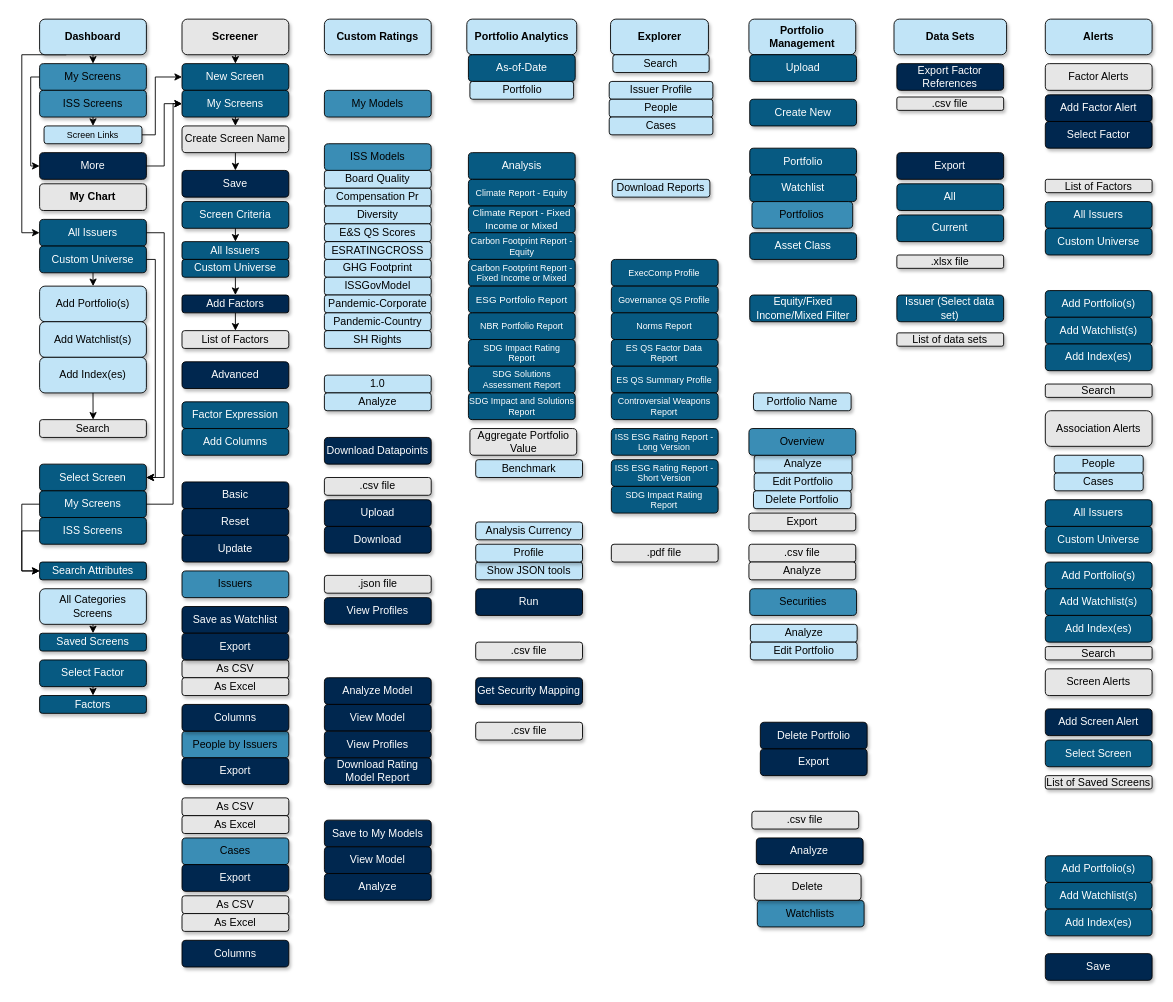
The draw.io diagram DD_ObsoleteMetadata/DataDeskSitemap.drawio in slingshotdancu/slingshotdancu.github.io, before the edit. Source tidied: cells renumbered, new cells numbered last; positions are measured from the earlier drawing's top-left corner, leaving out a move shared by most shapes. Both pictures are drawn from the tidied source at 89%, with x=0, y=0 at pixel (21, 19).
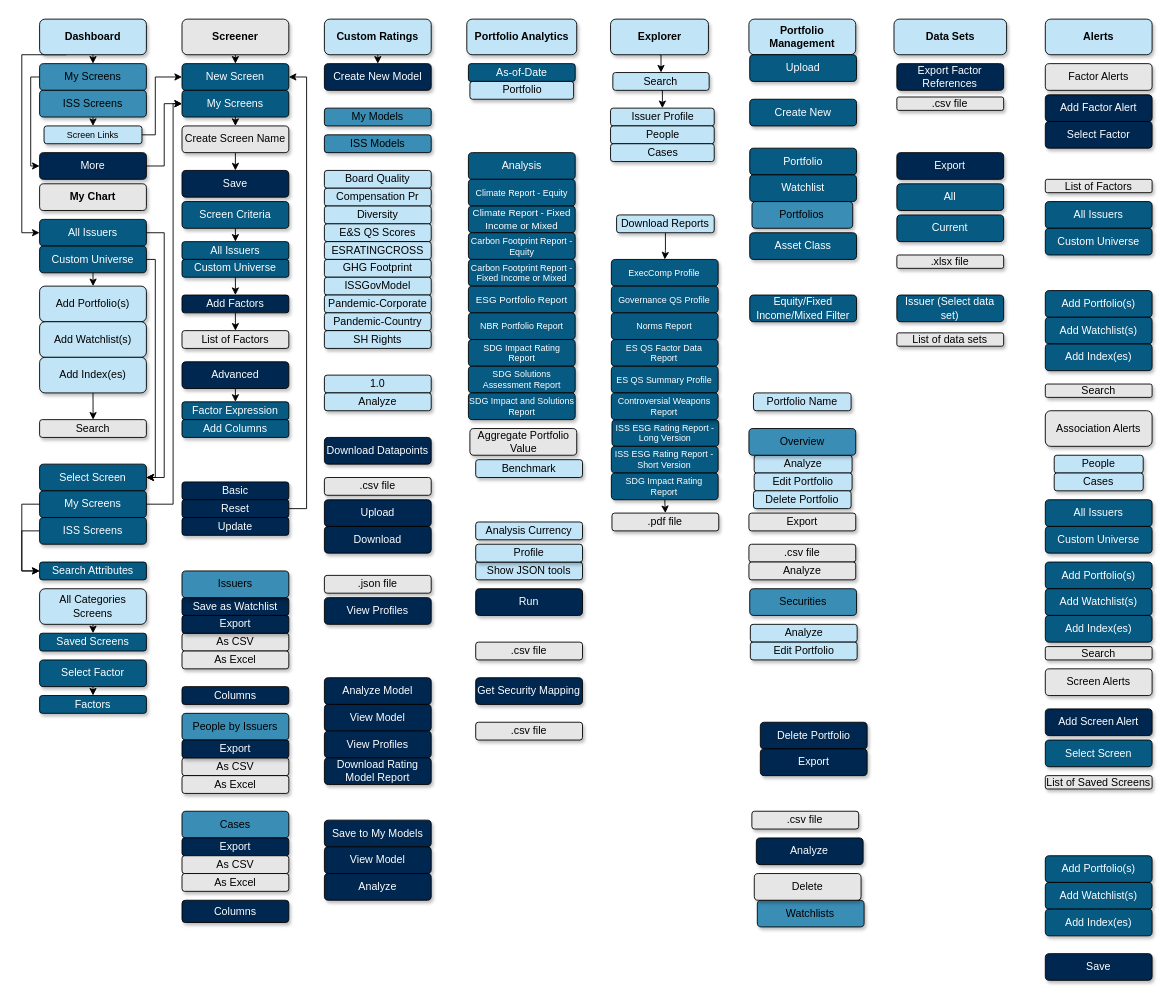
The same page after the edit.

The change refers to these unchanged cells:
```xml
<mxCell id="72" style="group;fontSize=10;" parent="1" vertex="1">
  <mxGeometry x="660" width="122.4" height="610" as="geometry" />
</mxCell>
<mxCell id="73" value="Explorer" style="rounded=1;whiteSpace=wrap;html=1;fillColor=#c1e4f7;shadow=1;fontStyle=1;" parent="72" vertex="1">
  <mxGeometry x="1.5" width="110" height="40" as="geometry" />
</mxCell>
<mxCell id="81" value="ExecComp Profile" style="rounded=1;whiteSpace=wrap;html=1;shadow=1;fillColor=#075a82;fontColor=#FFFFFF;fontSize=10;" parent="72" vertex="1">
  <mxGeometry x="2.4" y="270" width="120" height="30" as="geometry" />
</mxCell>
<mxCell id="89" style="group;" parent="1" vertex="1">
  <mxGeometry x="500" width="123.5" height="450" as="geometry" />
</mxCell>
<mxCell id="103" style="group;" parent="1" vertex="1">
  <mxGeometry x="340" width="120" height="990" as="geometry" />
</mxCell>
<mxCell id="105" value="Custom Ratings" style="rounded=1;whiteSpace=wrap;html=1;fillColor=#c1e4f7;shadow=1;fontStyle=1;" parent="103" vertex="1">
  <mxGeometry width="120" height="40" as="geometry" />
</mxCell>
<mxCell id="132" style="group;" parent="1" vertex="1">
  <mxGeometry x="180" width="120" height="1065" as="geometry" />
</mxCell>
<mxCell id="149" value="New Screen" style="rounded=1;whiteSpace=wrap;html=1;shadow=1;fillColor=#075a82;fontColor=#FFFFFF;" parent="132" vertex="1">
  <mxGeometry y="50" width="120" height="30" as="geometry" />
</mxCell>
<mxCell id="156" value="Advanced" style="rounded=1;whiteSpace=wrap;html=1;shadow=1;fillColor=#00274f;fontColor=#FFFFFF;" parent="132" vertex="1">
  <mxGeometry y="385" width="120" height="30" as="geometry" />
</mxCell>
```

The edit, as a diff of the source:
```diff
@@
+    <mxCell id="210" style="edgeStyle=orthogonalEdgeStyle;rounded=0;jettySize=auto;html=1;exitX=0.5;exitY=1;exitDx=0;exitDy=0;entryX=0.5;entryY=0;entryDx=0;entryDy=0;fontSize=10;fontColor=#FFFFFF;" parent="72" edge="1" source="73" target="74">
+      <mxGeometry relative="1" as="geometry" />
+    </mxCell>
@@
+    <mxCell id="211" style="edgeStyle=orthogonalEdgeStyle;rounded=0;jettySize=auto;html=1;exitX=0.5;exitY=1;exitDx=0;exitDy=0;entryX=0.5;entryY=0;entryDx=0;entryDy=0;fontSize=10;fontColor=#FFFFFF;" parent="72" edge="1" source="74" target="76">
+      <mxGeometry relative="1" as="geometry" />
+    </mxCell>
     <mxCell id="74" value="Search&lt;br&gt;" style="rounded=1;whiteSpace=wrap;html=1;fillColor=#c1e4f7;shadow=1;" parent="72" vertex="1">
-      <mxGeometry x="4.1" y="40" width="108.2" height="20" as="geometry" />
+      <mxGeometry x="4.1" y="60" width="108.2" height="20" as="geometry" />
     </mxCell>
+    <mxCell id="212" style="edgeStyle=orthogonalEdgeStyle;rounded=0;jettySize=auto;html=1;exitX=0.5;exitY=1;exitDx=0;exitDy=0;fontSize=10;fontColor=#FFFFFF;" parent="72" edge="1" source="75" target="81">
+      <mxGeometry relative="1" as="geometry" />
+    </mxCell>
     <mxCell id="75" value="Download Reports" style="rounded=1;whiteSpace=wrap;html=1;fillColor=#c1e4f7;shadow=1;" parent="72" vertex="1">
-      <mxGeometry x="3.4" y="180" width="109.7" height="20" as="geometry" />
+      <mxGeometry x="8.3" y="220" width="109.7" height="20" as="geometry" />
     </mxCell>
     <mxCell id="76" value="Issuer Profile" style="rounded=1;whiteSpace=wrap;html=1;fillColor=#c1e4f7;shadow=1;" parent="72" vertex="1">
-      <mxGeometry y="70" width="116.5" height="20" as="geometry" />
+      <mxGeometry x="1.5" y="100" width="116.5" height="20" as="geometry" />
     </mxCell>
     <mxCell id="77" value="People" style="rounded=1;whiteSpace=wrap;html=1;fillColor=#c1e4f7;shadow=1;" parent="72" vertex="1">
-      <mxGeometry y="90" width="116.5" height="20" as="geometry" />
+      <mxGeometry x="1.5" y="120" width="116.5" height="20" as="geometry" />
     </mxCell>
     <mxCell id="78" value="Cases" style="rounded=1;whiteSpace=wrap;html=1;fillColor=#c1e4f7;shadow=1;" parent="72" vertex="1">
-      <mxGeometry y="110" width="116.5" height="20" as="geometry" />
+      <mxGeometry x="1.5" y="140" width="116.5" height="20" as="geometry" />
     </mxCell>
     <mxCell id="79" value="ISS ESG Rating Report - Long Version" style="rounded=1;whiteSpace=wrap;html=1;shadow=1;fillColor=#075a82;fontColor=#FFFFFF;fontSize=10;" parent="72" vertex="1">
-      <mxGeometry x="2.4" y="460" width="120" height="30" as="geometry" />
+      <mxGeometry x="3.1" y="450" width="120" height="30" as="geometry" />
     </mxCell>
     <mxCell id="80" value="ISS ESG Rating Report - Short Version" style="rounded=1;whiteSpace=wrap;html=1;shadow=1;fillColor=#075a82;fontColor=#FFFFFF;fontSize=10;" parent="72" vertex="1">
-      <mxGeometry x="2.4" y="495" width="120" height="30" as="geometry" />
+      <mxGeometry x="2.4" y="480" width="120" height="30" as="geometry" />
     </mxCell>
@@
     <mxCell id="82" value=".pdf file" style="rounded=1;whiteSpace=wrap;html=1;shadow=1;fillColor=#E6E6E6;" parent="72" vertex="1">
-      <mxGeometry x="2.4" y="590" width="120" height="20" as="geometry" />
+      <mxGeometry x="3.1" y="555" width="120" height="20" as="geometry" />
     </mxCell>
@@
+    <mxCell id="213" style="edgeStyle=orthogonalEdgeStyle;rounded=0;jettySize=auto;html=1;exitX=0.5;exitY=1;exitDx=0;exitDy=0;entryX=0.5;entryY=0;entryDx=0;entryDy=0;fontSize=10;fontColor=#FFFFFF;" parent="72" edge="1" source="88" target="82">
+      <mxGeometry relative="1" as="geometry" />
+    </mxCell>
     <mxCell id="88" value="SDG Impact Rating Report" style="rounded=1;whiteSpace=wrap;html=1;shadow=1;fillColor=#075a82;fontColor=#FFFFFF;fontSize=10;" parent="72" vertex="1">
-      <mxGeometry x="2.4" y="525" width="120" height="30" as="geometry" />
+      <mxGeometry x="2.4" y="510" width="120" height="30" as="geometry" />
     </mxCell>
@@
     <mxCell id="92" value="As-of-Date" style="rounded=1;whiteSpace=wrap;html=1;shadow=1;fillColor=#075a82;fontColor=#FFFFFF;" parent="89" vertex="1">
-      <mxGeometry x="1.8" y="40" width="120" height="30" as="geometry" />
+      <mxGeometry x="1.8" y="50" width="120" height="20" as="geometry" />
     </mxCell>
@@
     <mxCell id="104" value="ISS Models" style="rounded=1;whiteSpace=wrap;html=1;shadow=1;fillColor=#3a8db5;" parent="103" vertex="1">
-      <mxGeometry y="140" width="120" height="30" as="geometry" />
+      <mxGeometry y="130" width="120" height="20" as="geometry" />
     </mxCell>
+    <mxCell id="214" style="edgeStyle=orthogonalEdgeStyle;rounded=0;jettySize=auto;html=1;exitX=0.5;exitY=1;exitDx=0;exitDy=0;entryX=0.5;entryY=0;entryDx=0;entryDy=0;fontSize=10;fontColor=#FFFFFF;" parent="103" edge="1" source="105" target="215">
+      <mxGeometry relative="1" as="geometry" />
+    </mxCell>
@@
     <mxCell id="118" value="My Models" style="rounded=1;whiteSpace=wrap;html=1;shadow=1;fillColor=#3a8db5;" parent="103" vertex="1">
-      <mxGeometry y="80" width="120" height="30" as="geometry" />
+      <mxGeometry y="100" width="120" height="20" as="geometry" />
     </mxCell>
@@
+    <mxCell id="215" value="Create New Model" style="rounded=1;whiteSpace=wrap;html=1;shadow=1;fillColor=#00274f;fontColor=#FFFFFF;" parent="103" vertex="1">
+      <mxGeometry y="50" width="120" height="30" as="geometry" />
+    </mxCell>
@@
     <mxCell id="135" value="Cases" style="rounded=1;whiteSpace=wrap;html=1;shadow=1;fillColor=#3a8db5;" parent="132" vertex="1">
-      <mxGeometry y="920" width="120" height="30" as="geometry" />
+      <mxGeometry y="890" width="120" height="30" as="geometry" />
     </mxCell>
     <mxCell id="136" value="People by Issuers" style="rounded=1;whiteSpace=wrap;html=1;shadow=1;fillColor=#3a8db5;" parent="132" vertex="1">
-      <mxGeometry y="800" width="120" height="30" as="geometry" />
+      <mxGeometry y="780" width="120" height="30" as="geometry" />
     </mxCell>
     <mxCell id="137" value="Save as Watchlist" style="rounded=1;whiteSpace=wrap;html=1;shadow=1;fillColor=#00274f;fontColor=#FFFFFF;" parent="132" vertex="1">
-      <mxGeometry y="660" width="120" height="30" as="geometry" />
+      <mxGeometry y="650" width="120" height="20" as="geometry" />
     </mxCell>
     <mxCell id="138" value="Columns" style="rounded=1;whiteSpace=wrap;html=1;shadow=1;fillColor=#00274f;fontColor=#FFFFFF;" parent="132" vertex="1">
-      <mxGeometry y="770" width="120" height="30" as="geometry" />
+      <mxGeometry y="750" width="120" height="20" as="geometry" />
     </mxCell>
     <mxCell id="139" value="Columns" style="rounded=1;whiteSpace=wrap;html=1;shadow=1;fillColor=#00274f;fontColor=#FFFFFF;" parent="132" vertex="1">
-      <mxGeometry y="1035" width="120" height="30" as="geometry" />
+      <mxGeometry y="990" width="120" height="25" as="geometry" />
     </mxCell>
     <mxCell id="140" value="Export" style="rounded=1;whiteSpace=wrap;html=1;shadow=1;fillColor=#00274f;fontColor=#FFFFFF;" parent="132" vertex="1">
-      <mxGeometry y="950" width="120" height="30" as="geometry" />
+      <mxGeometry y="920" width="120" height="20" as="geometry" />
     </mxCell>
     <mxCell id="141" value="Basic" style="rounded=1;whiteSpace=wrap;html=1;shadow=1;fillColor=#00274f;fontColor=#FFFFFF;" parent="132" vertex="1">
-      <mxGeometry y="520" width="120" height="30" as="geometry" />
+      <mxGeometry y="520" width="120" height="20" as="geometry" />
     </mxCell>
@@
     <mxCell id="147" value="Factor Expression" style="rounded=1;whiteSpace=wrap;html=1;shadow=1;fillColor=#075a82;fontColor=#FFFFFF;" parent="132" vertex="1">
-      <mxGeometry y="430" width="120" height="30" as="geometry" />
+      <mxGeometry y="430" width="120" height="20" as="geometry" />
     </mxCell>
     <mxCell id="148" value="Add Columns" style="rounded=1;whiteSpace=wrap;html=1;shadow=1;fillColor=#075a82;fontColor=#FFFFFF;" parent="132" vertex="1">
-      <mxGeometry y="460" width="120" height="30" as="geometry" />
+      <mxGeometry y="450" width="120" height="20" as="geometry" />
     </mxCell>
@@
     <mxCell id="153" value="As CSV" style="rounded=1;whiteSpace=wrap;html=1;shadow=1;fillColor=#E6E6E6;" parent="132" vertex="1">
-      <mxGeometry y="985" width="120" height="20" as="geometry" />
+      <mxGeometry y="940" width="120" height="20" as="geometry" />
     </mxCell>
     <mxCell id="154" value="As CSV" style="rounded=1;whiteSpace=wrap;html=1;shadow=1;fillColor=#E6E6E6;" parent="132" vertex="1">
-      <mxGeometry y="875" width="120" height="20" as="geometry" />
+      <mxGeometry y="830" width="120" height="20" as="geometry" />
     </mxCell>
     <mxCell id="155" value="As CSV" style="rounded=1;whiteSpace=wrap;html=1;shadow=1;fillColor=#E6E6E6;" parent="132" vertex="1">
-      <mxGeometry y="720" width="120" height="20" as="geometry" />
+      <mxGeometry y="690" width="120" height="20" as="geometry" />
     </mxCell>
+    <mxCell id="216" style="edgeStyle=orthogonalEdgeStyle;rounded=0;jettySize=auto;html=1;exitX=0.5;exitY=1;exitDx=0;exitDy=0;entryX=0.5;entryY=0;entryDx=0;entryDy=0;fontSize=10;fontColor=#FFFFFF;" parent="132" edge="1" source="156" target="147">
+      <mxGeometry relative="1" as="geometry" />
+    </mxCell>
@@
+    <mxCell id="217" style="edgeStyle=orthogonalEdgeStyle;rounded=0;jettySize=auto;html=1;exitX=1;exitY=0.5;exitDx=0;exitDy=0;entryX=1;entryY=0.5;entryDx=0;entryDy=0;fontSize=10;fontColor=#FFFFFF;" parent="132" edge="1" source="160" target="149">
+      <mxGeometry relative="1" as="geometry" />
+    </mxCell>
     <mxCell id="160" value="Reset" style="rounded=1;whiteSpace=wrap;html=1;shadow=1;fillColor=#00274f;fontColor=#FFFFFF;" parent="132" vertex="1">
-      <mxGeometry y="550" width="120" height="30" as="geometry" />
+      <mxGeometry y="540" width="120" height="20" as="geometry" />
     </mxCell>
     <mxCell id="161" value="Update" style="rounded=1;whiteSpace=wrap;html=1;shadow=1;fillColor=#00274f;fontColor=#FFFFFF;" parent="132" vertex="1">
-      <mxGeometry y="580" width="120" height="30" as="geometry" />
+      <mxGeometry y="560" width="120" height="20" as="geometry" />
     </mxCell>
     <mxCell id="162" value="Export" style="rounded=1;whiteSpace=wrap;html=1;shadow=1;fillColor=#00274f;fontColor=#FFFFFF;" parent="132" vertex="1">
-      <mxGeometry y="690" width="120" height="30" as="geometry" />
+      <mxGeometry y="670" width="120" height="20" as="geometry" />
     </mxCell>
@@
     <mxCell id="164" value="As Excel" style="rounded=1;whiteSpace=wrap;html=1;shadow=1;fillColor=#E6E6E6;" parent="132" vertex="1">
-      <mxGeometry y="740" width="120" height="20" as="geometry" />
+      <mxGeometry y="710" width="120" height="20" as="geometry" />
     </mxCell>
     <mxCell id="165" value="As Excel" style="rounded=1;whiteSpace=wrap;html=1;shadow=1;fillColor=#E6E6E6;" parent="132" vertex="1">
-      <mxGeometry y="895" width="120" height="20" as="geometry" />
+      <mxGeometry y="850" width="120" height="20" as="geometry" />
     </mxCell>
     <mxCell id="166" value="As Excel" style="rounded=1;whiteSpace=wrap;html=1;shadow=1;fillColor=#E6E6E6;" parent="132" vertex="1">
-      <mxGeometry y="1005" width="120" height="20" as="geometry" />
+      <mxGeometry y="960" width="120" height="20" as="geometry" />
     </mxCell>
     <mxCell id="167" value="Export" style="rounded=1;whiteSpace=wrap;html=1;shadow=1;fillColor=#00274f;fontColor=#FFFFFF;" parent="132" vertex="1">
-      <mxGeometry y="830" width="120" height="30" as="geometry" />
+      <mxGeometry y="810" width="120" height="20" as="geometry" />
     </mxCell>
```
